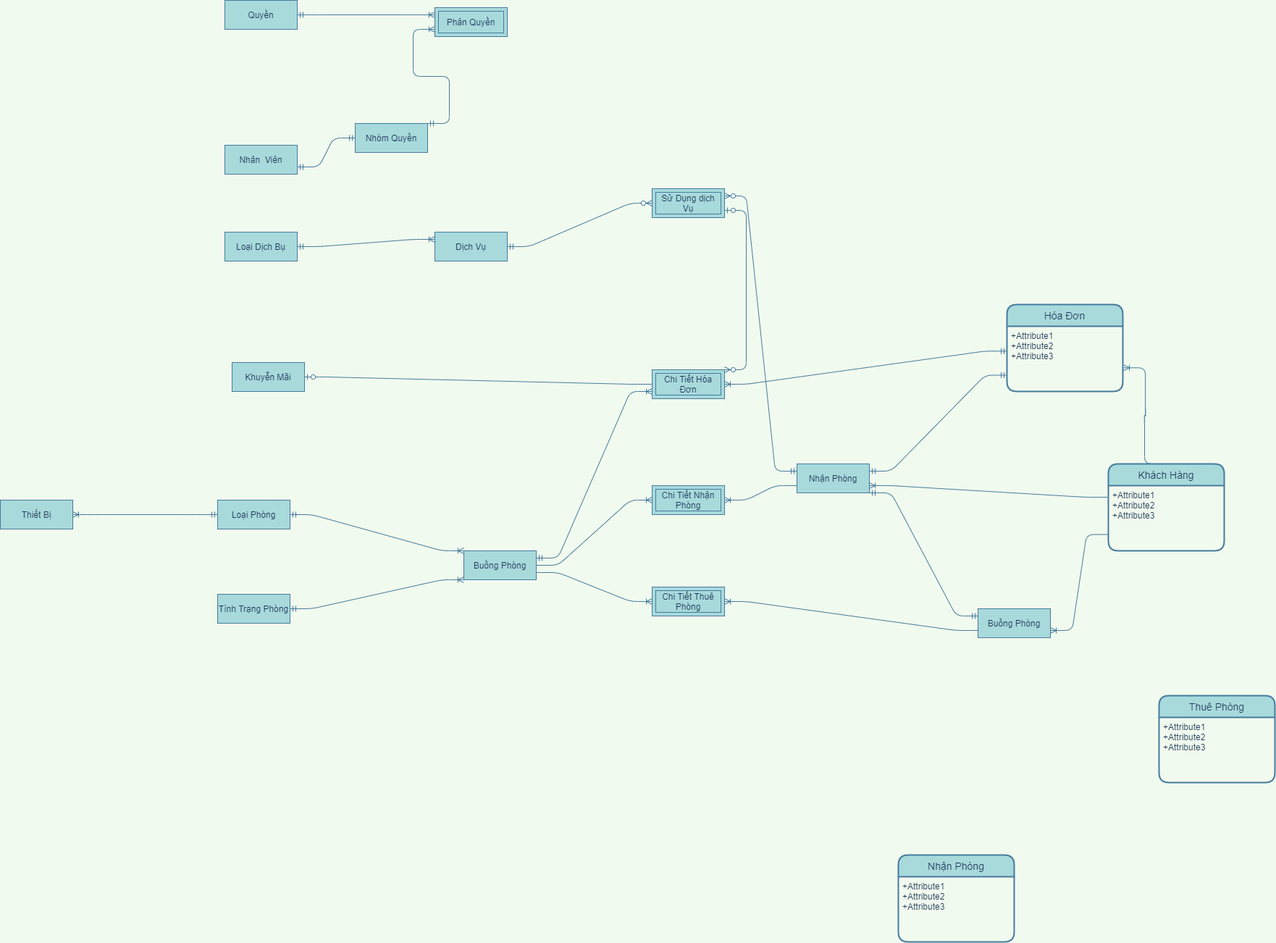
maialino123/QLKS keeps this draw.io diagram as EntityRelationship-QLKS.png. Above is the earlier version. Source tidied: cells renumbered, new cells last; positions are measured from the earlier drawing's top-left corner, leaving out a move shared by most shapes.
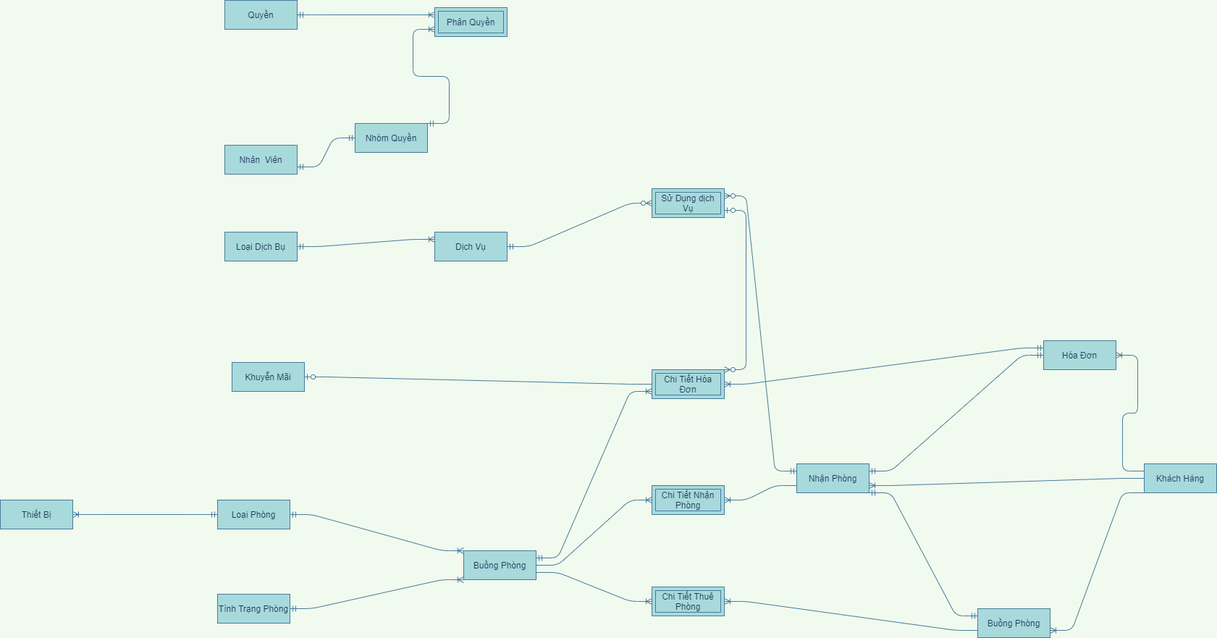
Later version of the same file.

Change to the diagram source:
```diff
@@ -2,24 +2,6 @@
   <root>
     <mxCell id="0" />
     <mxCell id="1" parent="0" />
-    <mxCell id="2" value="Khách Hàng" style="swimlane;horizontal=1;startSize=30;rounded=1;fontSize=14;fontStyle=0;strokeWidth=2;shadow=0;dashed=0;align=center;fillColor=#A8DADC;strokeColor=#457B9D;fontColor=#1D3557;" parent="1" vertex="1">
-      <mxGeometry x="1530" y="640" width="160" height="120" as="geometry" />
-    </mxCell>
-    <mxCell id="3" value="+Attribute1&#10;+Attribute2&#10;+Attribute3" style="align=left;strokeColor=none;fillColor=none;spacingLeft=4;fontSize=12;verticalAlign=top;fontColor=#1D3557;" parent="2" vertex="1">
-      <mxGeometry y="30" width="160" height="90" as="geometry" />
-    </mxCell>
-    <mxCell id="4" value="Hóa Đơn" style="swimlane;horizontal=1;startSize=30;rounded=1;fontSize=14;fontStyle=0;strokeWidth=2;shadow=0;dashed=0;align=center;fillColor=#A8DADC;strokeColor=#457B9D;fontColor=#1D3557;" parent="1" vertex="1">
-      <mxGeometry x="1390" y="420" width="160" height="120" as="geometry" />
-    </mxCell>
-    <mxCell id="5" value="+Attribute1&#10;+Attribute2&#10;+Attribute3" style="align=left;strokeColor=none;fillColor=none;spacingLeft=4;fontSize=12;verticalAlign=top;fontColor=#1D3557;" parent="4" vertex="1">
-      <mxGeometry y="30" width="160" height="90" as="geometry" />
-    </mxCell>
-    <mxCell id="6" value="Nhận Phòng" style="swimlane;horizontal=1;startSize=30;rounded=1;fontSize=14;fontStyle=0;strokeWidth=2;shadow=0;dashed=0;align=center;fillColor=#A8DADC;strokeColor=#457B9D;fontColor=#1D3557;" parent="1" vertex="1">
-      <mxGeometry x="1240" y="1180" width="160" height="120" as="geometry" />
-    </mxCell>
-    <mxCell id="7" value="+Attribute1&#10;+Attribute2&#10;+Attribute3" style="align=left;strokeColor=none;fillColor=none;spacingLeft=4;fontSize=12;verticalAlign=top;fontColor=#1D3557;" parent="6" vertex="1">
-      <mxGeometry y="30" width="160" height="90" as="geometry" />
-    </mxCell>
     <mxCell id="8" style="edgeStyle=entityRelationEdgeStyle;fontSize=12;html=1;endArrow=ERoneToMany;startArrow=ERmandOne;strokeColor=#457B9D;fillColor=#A8DADC;labelBackgroundColor=#F1FAEE;fontColor=#1D3557;exitX=1;exitY=0.5;exitDx=0;exitDy=0;entryX=0;entryY=0;entryDx=0;entryDy=0;" parent="1" edge="1" source="44" target="46">
       <mxGeometry relative="1" as="geometry" />
     </mxCell>
@@ -35,12 +17,6 @@
     <mxCell id="12" style="edgeStyle=entityRelationEdgeStyle;fontSize=12;html=1;endArrow=ERoneToMany;strokeColor=#457B9D;fillColor=#A8DADC;entryX=0;entryY=0.5;entryDx=0;entryDy=0;labelBackgroundColor=#F1FAEE;fontColor=#1D3557;exitX=1;exitY=0.5;exitDx=0;exitDy=0;" parent="1" edge="1" source="46" target="11">
       <mxGeometry relative="1" as="geometry" />
     </mxCell>
-    <mxCell id="13" value="Thuê Phòng" style="swimlane;horizontal=1;startSize=30;rounded=1;fontSize=14;fontStyle=0;strokeWidth=2;shadow=0;dashed=0;align=center;fillColor=#A8DADC;strokeColor=#457B9D;fontColor=#1D3557;" parent="1" vertex="1">
-      <mxGeometry x="1600" y="960" width="160" height="120" as="geometry" />
-    </mxCell>
-    <mxCell id="14" value="+Attribute1&#10;+Attribute2&#10;+Attribute3" style="align=left;strokeColor=none;fillColor=none;spacingLeft=4;fontSize=12;verticalAlign=top;fontColor=#1D3557;" parent="13" vertex="1">
-      <mxGeometry y="30" width="160" height="90" as="geometry" />
-    </mxCell>
     <mxCell id="15" style="edgeStyle=entityRelationEdgeStyle;fontSize=12;html=1;endArrow=ERoneToMany;strokeColor=#457B9D;fillColor=#A8DADC;labelBackgroundColor=#F1FAEE;fontColor=#1D3557;exitX=0;exitY=0.75;exitDx=0;exitDy=0;" parent="1" edge="1" source="47" target="16">
       <mxGeometry relative="1" as="geometry" />
     </mxCell>
@@ -50,25 +26,25 @@
     <mxCell id="17" style="edgeStyle=entityRelationEdgeStyle;fontSize=12;html=1;endArrow=ERoneToMany;strokeColor=#457B9D;fillColor=#A8DADC;entryX=0;entryY=0.5;entryDx=0;entryDy=0;labelBackgroundColor=#F1FAEE;fontColor=#1D3557;exitX=1;exitY=0.75;exitDx=0;exitDy=0;" parent="1" edge="1" source="46" target="16">
       <mxGeometry relative="1" as="geometry" />
     </mxCell>
-    <mxCell id="18" style="edgeStyle=entityRelationEdgeStyle;fontSize=12;html=1;endArrow=ERoneToMany;strokeColor=#457B9D;fillColor=#A8DADC;exitX=0;exitY=0.75;exitDx=0;exitDy=0;labelBackgroundColor=#F1FAEE;fontColor=#1D3557;entryX=1;entryY=0.75;entryDx=0;entryDy=0;" parent="1" edge="1" source="3" target="47">
+    <mxCell id="18" style="edgeStyle=entityRelationEdgeStyle;fontSize=12;html=1;endArrow=ERoneToMany;strokeColor=#457B9D;fillColor=#A8DADC;labelBackgroundColor=#F1FAEE;fontColor=#1D3557;entryX=1;entryY=0.75;entryDx=0;entryDy=0;exitX=0;exitY=1;exitDx=0;exitDy=0;" parent="1" edge="1" source="2" target="47">
       <mxGeometry relative="1" as="geometry" />
     </mxCell>
-    <mxCell id="19" style="edgeStyle=entityRelationEdgeStyle;fontSize=12;html=1;endArrow=ERoneToMany;strokeColor=#457B9D;fillColor=#A8DADC;exitX=-0.009;exitY=0.178;exitDx=0;exitDy=0;exitPerimeter=0;labelBackgroundColor=#F1FAEE;fontColor=#1D3557;entryX=1;entryY=0.75;entryDx=0;entryDy=0;" parent="1" edge="1" source="3" target="48">
+    <mxCell id="19" style="edgeStyle=entityRelationEdgeStyle;fontSize=12;html=1;endArrow=ERoneToMany;strokeColor=#457B9D;fillColor=#A8DADC;labelBackgroundColor=#F1FAEE;fontColor=#1D3557;entryX=1;entryY=0.75;entryDx=0;entryDy=0;exitX=0;exitY=0.5;exitDx=0;exitDy=0;" parent="1" edge="1" source="2" target="48">
       <mxGeometry relative="1" as="geometry" />
     </mxCell>
     <mxCell id="20" style="edgeStyle=entityRelationEdgeStyle;fontSize=12;html=1;endArrow=ERmandOne;startArrow=ERmandOne;strokeColor=#457B9D;fillColor=#A8DADC;labelBackgroundColor=#F1FAEE;fontColor=#1D3557;exitX=0;exitY=0.25;exitDx=0;exitDy=0;entryX=1;entryY=1;entryDx=0;entryDy=0;" parent="1" edge="1" source="47" target="48">
       <mxGeometry relative="1" as="geometry" />
     </mxCell>
-    <mxCell id="21" style="edgeStyle=entityRelationEdgeStyle;fontSize=12;html=1;endArrow=ERoneToMany;strokeColor=#457B9D;fillColor=#A8DADC;exitX=0.5;exitY=0;exitDx=0;exitDy=0;entryX=1.007;entryY=0.637;entryDx=0;entryDy=0;entryPerimeter=0;labelBackgroundColor=#F1FAEE;fontColor=#1D3557;" parent="1" edge="1" source="2" target="5">
+    <mxCell id="21" style="edgeStyle=entityRelationEdgeStyle;fontSize=12;html=1;endArrow=ERoneToMany;strokeColor=#457B9D;fillColor=#A8DADC;labelBackgroundColor=#F1FAEE;fontColor=#1D3557;exitX=0;exitY=0.25;exitDx=0;exitDy=0;entryX=1;entryY=0.5;entryDx=0;entryDy=0;" parent="1" edge="1" source="2" target="4">
       <mxGeometry relative="1" as="geometry" />
     </mxCell>
-    <mxCell id="22" style="edgeStyle=entityRelationEdgeStyle;fontSize=12;html=1;endArrow=ERmandOne;startArrow=ERmandOne;strokeColor=#457B9D;fillColor=#A8DADC;entryX=0;entryY=0.75;entryDx=0;entryDy=0;labelBackgroundColor=#F1FAEE;fontColor=#1D3557;exitX=1;exitY=0.25;exitDx=0;exitDy=0;" parent="1" edge="1" source="48" target="5">
+    <mxCell id="22" style="edgeStyle=entityRelationEdgeStyle;fontSize=12;html=1;endArrow=ERmandOne;startArrow=ERmandOne;strokeColor=#457B9D;fillColor=#A8DADC;labelBackgroundColor=#F1FAEE;fontColor=#1D3557;exitX=1;exitY=0.25;exitDx=0;exitDy=0;entryX=0;entryY=0.5;entryDx=0;entryDy=0;" parent="1" edge="1" source="48" target="4">
       <mxGeometry relative="1" as="geometry" />
     </mxCell>
     <mxCell id="23" value="Chi Tiết Hóa Đơn" style="shape=ext;margin=3;double=1;whiteSpace=wrap;html=1;align=center;strokeColor=#457B9D;fillColor=#A8DADC;fontColor=#1D3557;" parent="1" vertex="1">
       <mxGeometry x="900" y="510" width="100" height="40" as="geometry" />
     </mxCell>
-    <mxCell id="24" style="edgeStyle=entityRelationEdgeStyle;fontSize=12;html=1;endArrow=ERoneToMany;startArrow=ERmandOne;strokeColor=#457B9D;fillColor=#A8DADC;exitX=0;exitY=0.381;exitDx=0;exitDy=0;exitPerimeter=0;entryX=1;entryY=0.5;entryDx=0;entryDy=0;labelBackgroundColor=#F1FAEE;fontColor=#1D3557;" parent="1" edge="1" source="5" target="23">
+    <mxCell id="24" style="edgeStyle=entityRelationEdgeStyle;fontSize=12;html=1;endArrow=ERoneToMany;startArrow=ERmandOne;strokeColor=#457B9D;fillColor=#A8DADC;entryX=1;entryY=0.5;entryDx=0;entryDy=0;labelBackgroundColor=#F1FAEE;fontColor=#1D3557;exitX=0;exitY=0.25;exitDx=0;exitDy=0;" parent="1" edge="1" source="4" target="23">
       <mxGeometry relative="1" as="geometry" />
     </mxCell>
     <mxCell id="25" style="edgeStyle=entityRelationEdgeStyle;fontSize=12;html=1;endArrow=ERzeroToOne;endFill=1;strokeColor=#457B9D;fillColor=#A8DADC;exitX=0;exitY=0.5;exitDx=0;exitDy=0;labelBackgroundColor=#F1FAEE;fontColor=#1D3557;entryX=1;entryY=0.5;entryDx=0;entryDy=0;" parent="1" edge="1" source="23" target="42">
@@ -143,5 +119,11 @@
     <mxCell id="48" value="Nhận Phòng" style="whiteSpace=wrap;html=1;align=center;rounded=0;sketch=0;strokeColor=#457B9D;fillColor=#A8DADC;fontColor=#1D3557;" parent="1" vertex="1">
       <mxGeometry x="1100" y="640" width="100" height="40" as="geometry" />
     </mxCell>
+    <mxCell id="2" value="Khách Hàng" style="whiteSpace=wrap;html=1;align=center;rounded=0;sketch=0;strokeColor=#457B9D;fillColor=#A8DADC;fontColor=#1D3557;" parent="1" vertex="1">
+      <mxGeometry x="1580" y="640" width="100" height="40" as="geometry" />
+    </mxCell>
+    <mxCell id="4" value="Hóa Đơn" style="whiteSpace=wrap;html=1;align=center;rounded=0;sketch=0;strokeColor=#457B9D;fillColor=#A8DADC;fontColor=#1D3557;" parent="1" vertex="1">
+      <mxGeometry x="1441" y="470" width="100" height="40" as="geometry" />
+    </mxCell>
   </root>
 </mxGraphModel>
```
